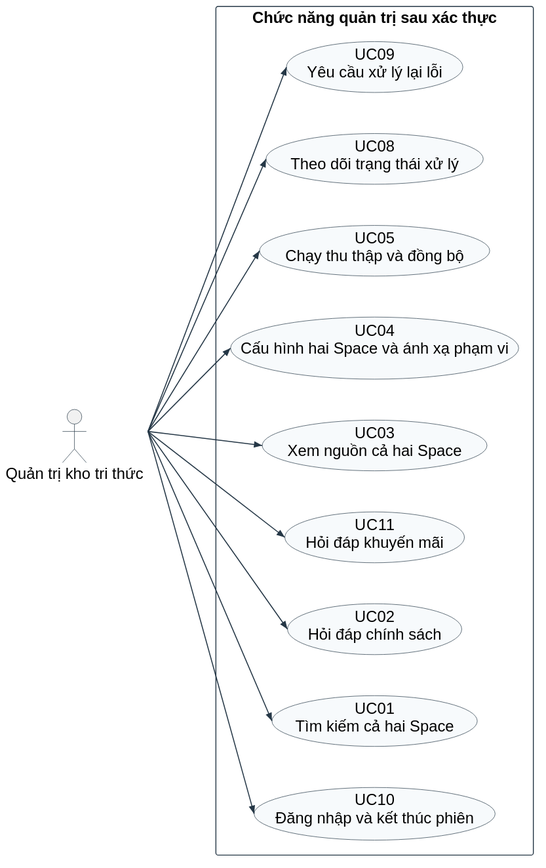
Earlier version of the PlantUML export docs/use-cases/diagrams/04-usecase-quan-tri.svg (21tuoino12trieu/Do-An-Ki-Su). Its source is kept beside it as docs/use-cases/diagrams/04-usecase-quan-tri.puml.
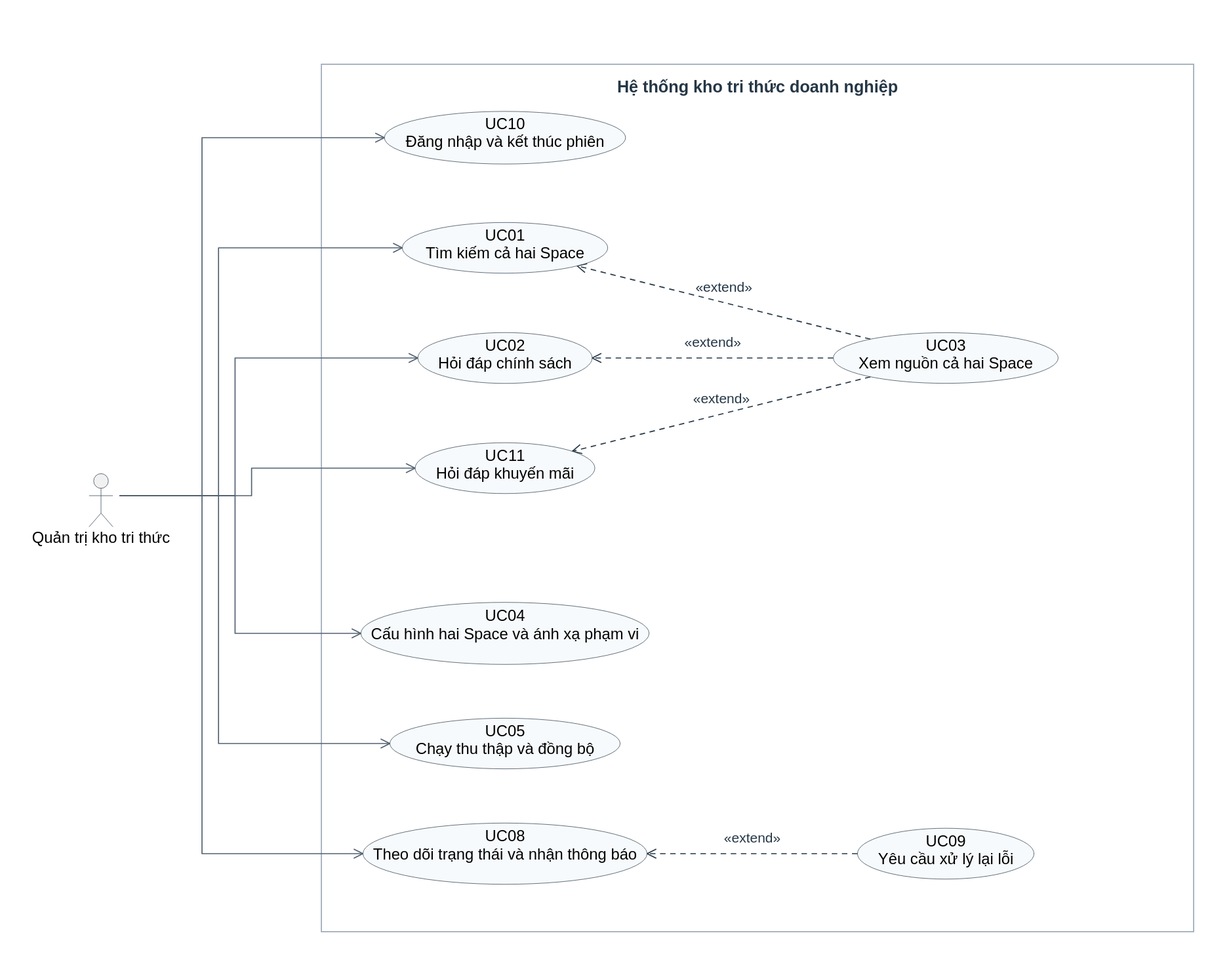
The same file after the commit.

Change to the diagram source:
```diff
@@ -15,7 +15,7 @@
 skinparam rectangleBorderColor #253746
 skinparam actorBorderColor #253746
 actor "Quản trị kho tri thức" as QT
-rectangle "Chức năng quản trị sau xác thực" as ADMIN {
+rectangle "Chức năng quản trị kho tri thức" as ADMIN {
   usecase "UC10\nĐăng nhập và kết thúc phiên" as A10
   usecase "UC01\nTìm kiếm cả hai Space" as A01
   usecase "UC02\nHỏi đáp chính sách" as A02
@@ -23,16 +23,18 @@
   usecase "UC03\nXem nguồn cả hai Space" as A03
   usecase "UC04\nCấu hình hai Space và ánh xạ phạm vi" as A04
   usecase "UC05\nChạy thu thập và đồng bộ" as A05
-  usecase "UC08\nTheo dõi trạng thái xử lý" as A08
+  usecase "UC08\nTheo dõi trạng thái và nhận thông báo" as A08
   usecase "UC09\nYêu cầu xử lý lại lỗi" as A09
 }
 QT --> A10
 QT --> A01
 QT --> A02
 QT --> A11
-QT --> A03
 QT --> A04
 QT --> A05
 QT --> A08
-QT --> A09
+A03 ..> A01 : <<extend>>
+A03 ..> A02 : <<extend>>
+A03 ..> A11 : <<extend>>
+A09 ..> A08 : <<extend>>
 @enduml
```
